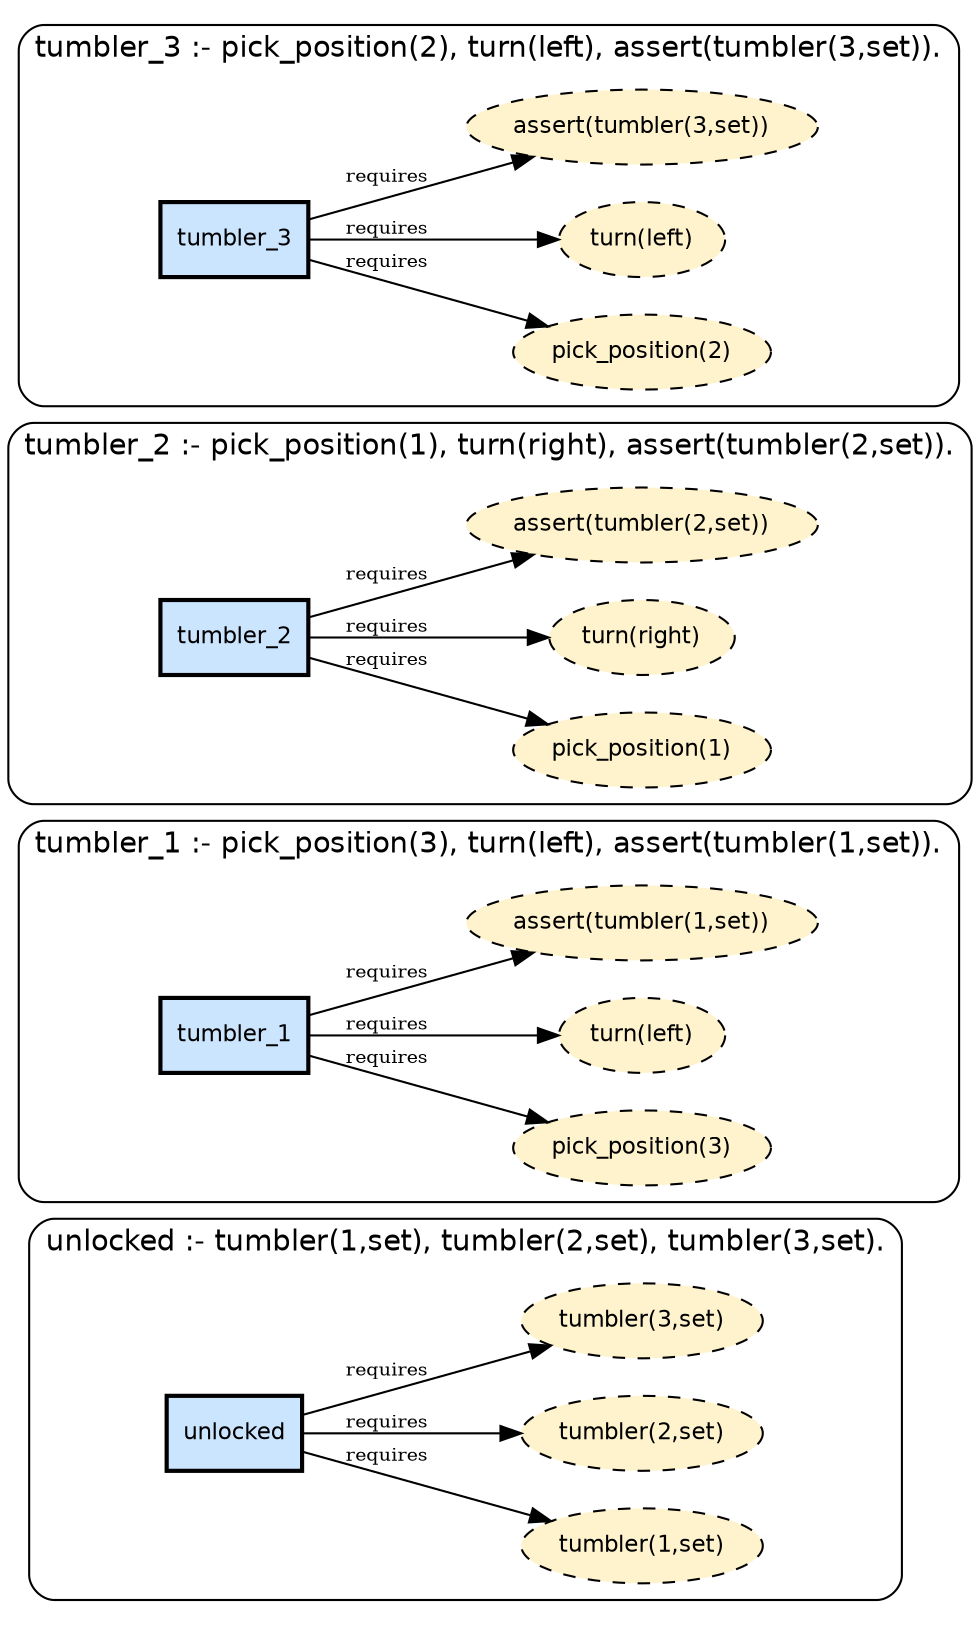
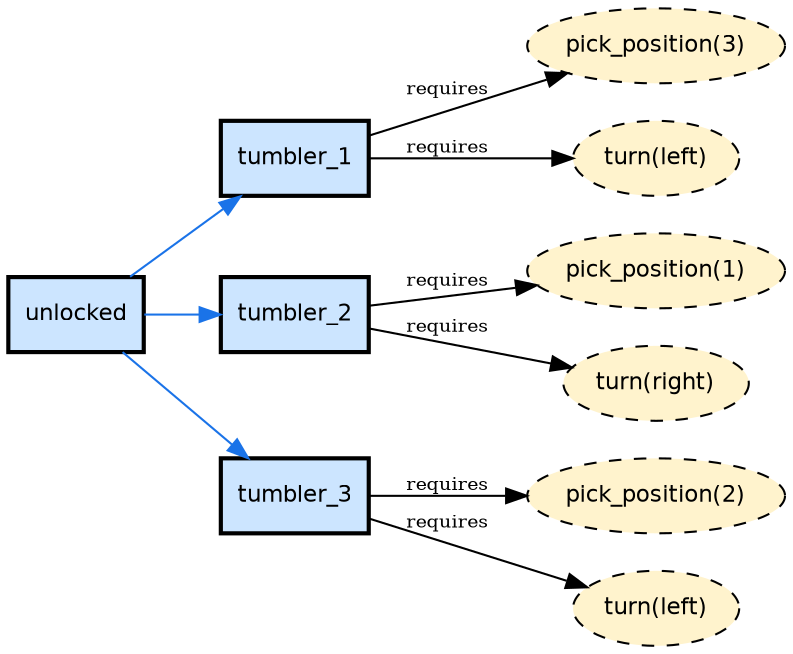
digraph Clara {
    rankdir=LR
    fontname="Helvetica"
    node [fontname="Helvetica" fontsize=11]
    edge [fontsize=9]

-     subgraph cluster_rule_0 {
-         label="unlocked :- tumbler(1,set), tumbler(2,set), tumbler(3,set)."
-         style=rounded
-         rule_unlocked_0_0 [label="unlocked" shape=box style=filled fillcolor="#cce5ff" penwidth=2]
-         cond_0_0 [label="tumbler(1,set)" shape=ellipse style="filled,dashed" fillcolor="#fff3cd"]
-         rule_unlocked_0_0 -> cond_0_0 [label="requires"]
-         cond_0_1 [label="tumbler(2,set)" shape=ellipse style="filled,dashed" fillcolor="#fff3cd"]
-         rule_unlocked_0_0 -> cond_0_1 [label="requires"]
-         cond_0_2 [label="tumbler(3,set)" shape=ellipse style="filled,dashed" fillcolor="#fff3cd"]
-         rule_unlocked_0_0 -> cond_0_2 [label="requires"]
-     }
+     rule_unlocked_0_0 [label="unlocked" shape=box style=filled fillcolor="#cce5ff" penwidth=2]
+     rule_tumbler_1_0_1 [label="tumbler_1" shape=box style=filled fillcolor="#cce5ff" penwidth=2]
+     rule_tumbler_2_0_2 [label="tumbler_2" shape=box style=filled fillcolor="#cce5ff" penwidth=2]
+     rule_tumbler_3_0_3 [label="tumbler_3" shape=box style=filled fillcolor="#cce5ff" penwidth=2]

-     subgraph cluster_rule_1 {
-         label="tumbler_1 :- pick_position(3), turn(left), assert(tumbler(1,set))."
-         style=rounded
-         rule_tumbler_1_0_1 [label="tumbler_1" shape=box style=filled fillcolor="#cce5ff" penwidth=2]
-         cond_1_0 [label="pick_position(3)" shape=ellipse style="filled,dashed" fillcolor="#fff3cd"]
-         rule_tumbler_1_0_1 -> cond_1_0 [label="requires"]
-         cond_1_1 [label="turn(left)" shape=ellipse style="filled,dashed" fillcolor="#fff3cd"]
-         rule_tumbler_1_0_1 -> cond_1_1 [label="requires"]
-         cond_1_2 [label="assert(tumbler(1,set))" shape=ellipse style="filled,dashed" fillcolor="#fff3cd"]
-         rule_tumbler_1_0_1 -> cond_1_2 [label="requires"]
-     }
+     cond_1_0 [label="pick_position(3)" shape=ellipse style="filled,dashed" fillcolor="#fff3cd"]
+     rule_tumbler_1_0_1 -> cond_1_0 [label="requires"]
+     cond_1_1 [label="turn(left)" shape=ellipse style="filled,dashed" fillcolor="#fff3cd"]
+     rule_tumbler_1_0_1 -> cond_1_1 [label="requires"]
+     cond_2_0 [label="pick_position(1)" shape=ellipse style="filled,dashed" fillcolor="#fff3cd"]
+     rule_tumbler_2_0_2 -> cond_2_0 [label="requires"]
+     cond_2_1 [label="turn(right)" shape=ellipse style="filled,dashed" fillcolor="#fff3cd"]
+     rule_tumbler_2_0_2 -> cond_2_1 [label="requires"]
+     cond_3_0 [label="pick_position(2)" shape=ellipse style="filled,dashed" fillcolor="#fff3cd"]
+     rule_tumbler_3_0_3 -> cond_3_0 [label="requires"]
+     cond_3_1 [label="turn(left)" shape=ellipse style="filled,dashed" fillcolor="#fff3cd"]
+     rule_tumbler_3_0_3 -> cond_3_1 [label="requires"]

-     subgraph cluster_rule_2 {
-         label="tumbler_2 :- pick_position(1), turn(right), assert(tumbler(2,set))."
-         style=rounded
-         rule_tumbler_2_0_2 [label="tumbler_2" shape=box style=filled fillcolor="#cce5ff" penwidth=2]
-         cond_2_0 [label="pick_position(1)" shape=ellipse style="filled,dashed" fillcolor="#fff3cd"]
-         rule_tumbler_2_0_2 -> cond_2_0 [label="requires"]
-         cond_2_1 [label="turn(right)" shape=ellipse style="filled,dashed" fillcolor="#fff3cd"]
-         rule_tumbler_2_0_2 -> cond_2_1 [label="requires"]
-         cond_2_2 [label="assert(tumbler(2,set))" shape=ellipse style="filled,dashed" fillcolor="#fff3cd"]
-         rule_tumbler_2_0_2 -> cond_2_2 [label="requires"]
-     }
- 
-     subgraph cluster_rule_3 {
-         label="tumbler_3 :- pick_position(2), turn(left), assert(tumbler(3,set))."
-         style=rounded
-         rule_tumbler_3_0_3 [label="tumbler_3" shape=box style=filled fillcolor="#cce5ff" penwidth=2]
-         cond_3_0 [label="pick_position(2)" shape=ellipse style="filled,dashed" fillcolor="#fff3cd"]
-         rule_tumbler_3_0_3 -> cond_3_0 [label="requires"]
-         cond_3_1 [label="turn(left)" shape=ellipse style="filled,dashed" fillcolor="#fff3cd"]
-         rule_tumbler_3_0_3 -> cond_3_1 [label="requires"]
-         cond_3_2 [label="assert(tumbler(3,set))" shape=ellipse style="filled,dashed" fillcolor="#fff3cd"]
-         rule_tumbler_3_0_3 -> cond_3_2 [label="requires"]
-     }
+     rule_unlocked_0_0 -> rule_tumbler_1_0_1 [color="#1a73e8"]
+     rule_unlocked_0_0 -> rule_tumbler_2_0_2 [color="#1a73e8"]
+     rule_unlocked_0_0 -> rule_tumbler_3_0_3 [color="#1a73e8"]

}
